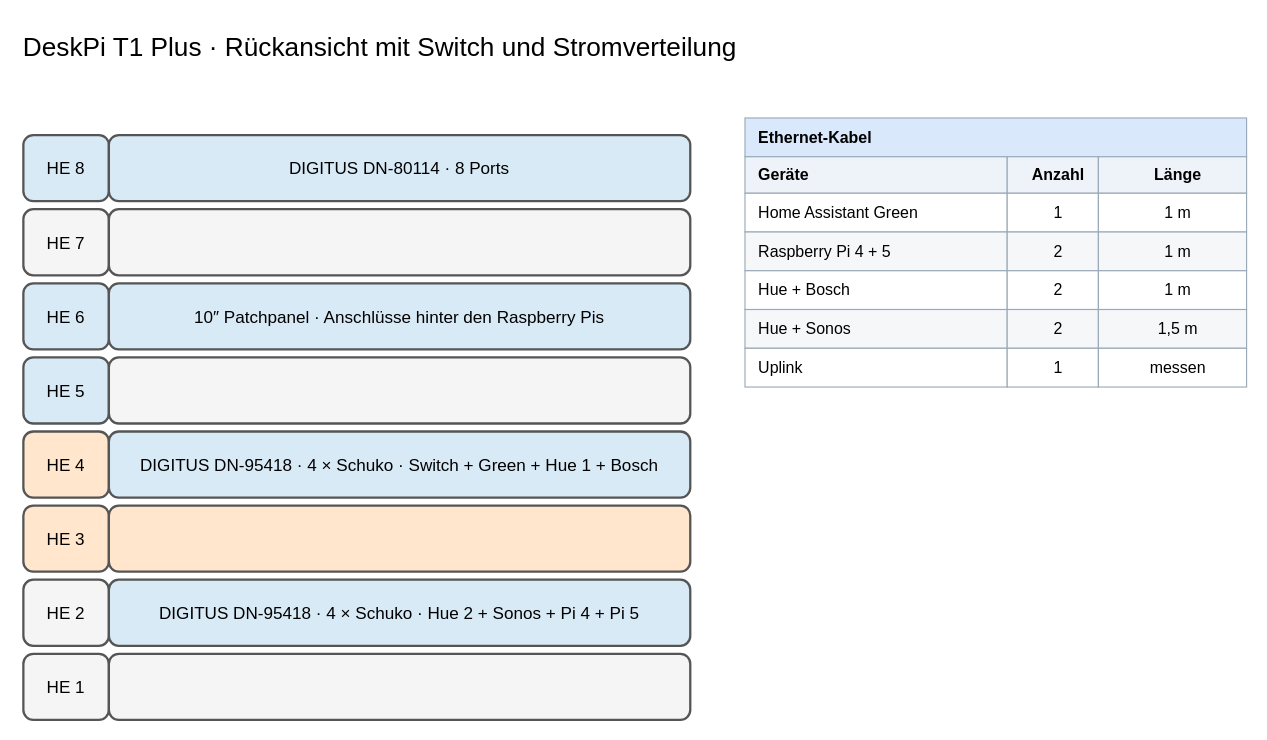
tiptronic/diagrams keeps this draw.io diagram as page "DeskPi 8 HE – Rückseite" (3 of 5) of 10-zoll-rack-planung.drawio. Above is the earlier version. Source tidied: cells renumbered, new cells numbered last; positions are measured from the earlier drawing's top-left corner, leaving out a move shared by most shapes. Both pictures are drawn from the tidied source at 114%, with x=0, y=0 at pixel (21, 21).
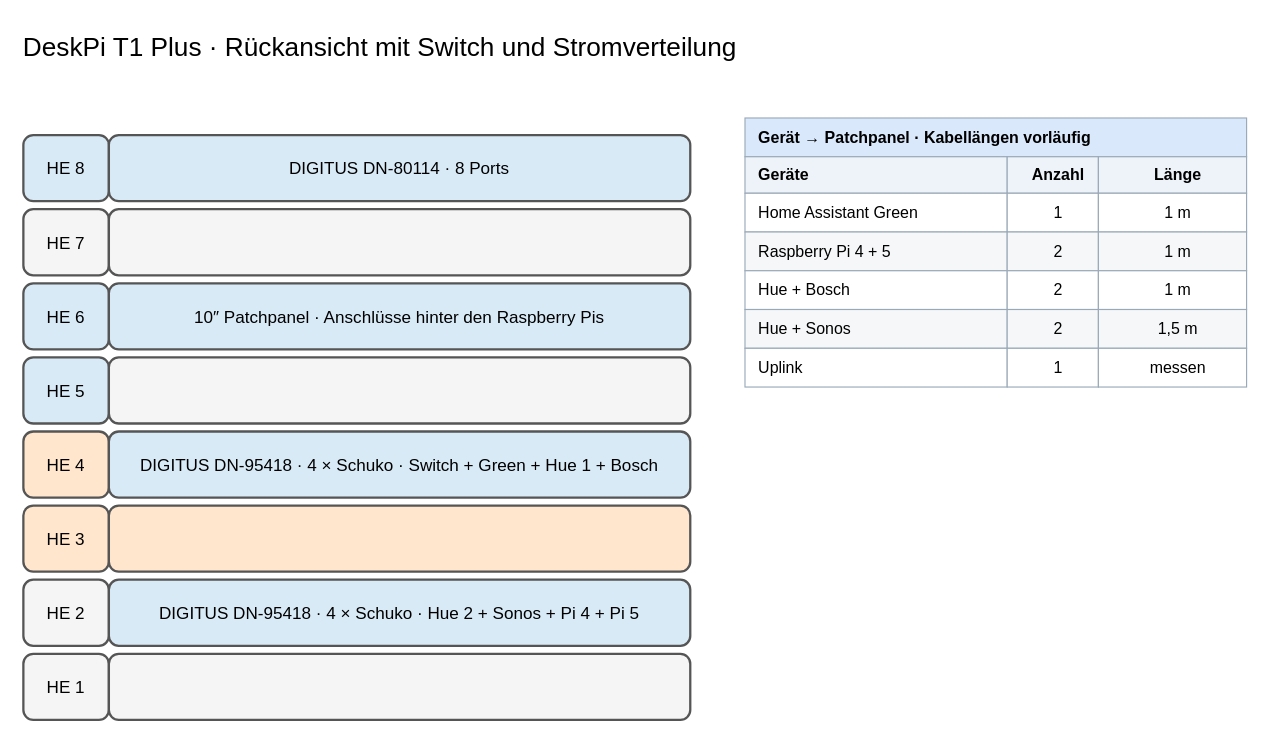
The same diagram, later.

Commit message:
Plan switch and Keystone patch panel ports

The edit, as a diff of the source:
```diff
@@
-    <mxCell id="19" value="Ethernet-Kabel" style="rounded=0;whiteSpace=wrap;html=1;align=left;verticalAlign=middle;spacingLeft=10;strokeWidth=1;fontSize=14;fillColor=#dae8fc;strokeColor=#9aa9b8;fontStyle=1;" parent="1" vertex="1">
+    <mxCell id="19" value="Gerät → Patchpanel · Kabellängen vorläufig" style="rounded=0;whiteSpace=wrap;html=1;align=left;verticalAlign=middle;spacingLeft=10;strokeWidth=1;fontSize=14;fillColor=#dae8fc;strokeColor=#9aa9b8;fontStyle=1;" parent="1" vertex="1">
       <mxGeometry x="635" y="85" width="440" height="34" as="geometry" />
     </mxCell>
```
